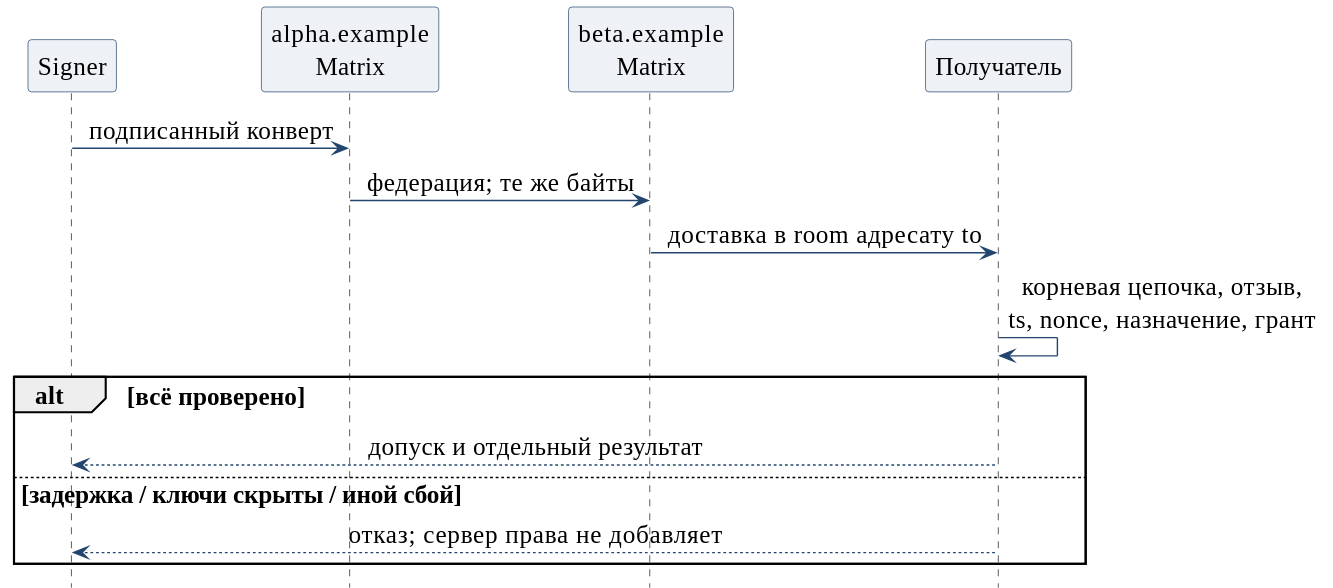
relux-works/swarma-docs keeps this PlantUML diagram as editorial/notes/signing-auth/diagrams/federated-command.svg. Above is the earlier version. Its source is kept beside it as editorial/notes/signing-auth/src/federated-command.puml. Source of this version:
```plantuml
@startuml
skinparam defaultFontName PT Sans
skinparam defaultFontSize 18
skinparam sequenceMessageAlign center
skinparam shadowing false
skinparam ParticipantBackgroundColor #eef1f5
skinparam ParticipantBorderColor #23466e
skinparam ArrowColor #23466e
hide footbox
participant "Signer" as signer
participant "alpha.example\nMatrix" as alpha
participant "beta.example\nMatrix" as beta
participant "Получатель" as verifier
signer -> alpha : подписанный конверт
alpha -> beta : федерация; те же байты
beta -> verifier : доставка в room адресату to
verifier -> verifier : корневая цепочка, отзыв,\nts, nonce, назначение, грант
alt всё проверено
verifier --> signer : допуск и отдельный результат
else задержка / ключи скрыты / иной сбой
verifier --> signer : отказ; сервер права не добавляет
end
@enduml
```
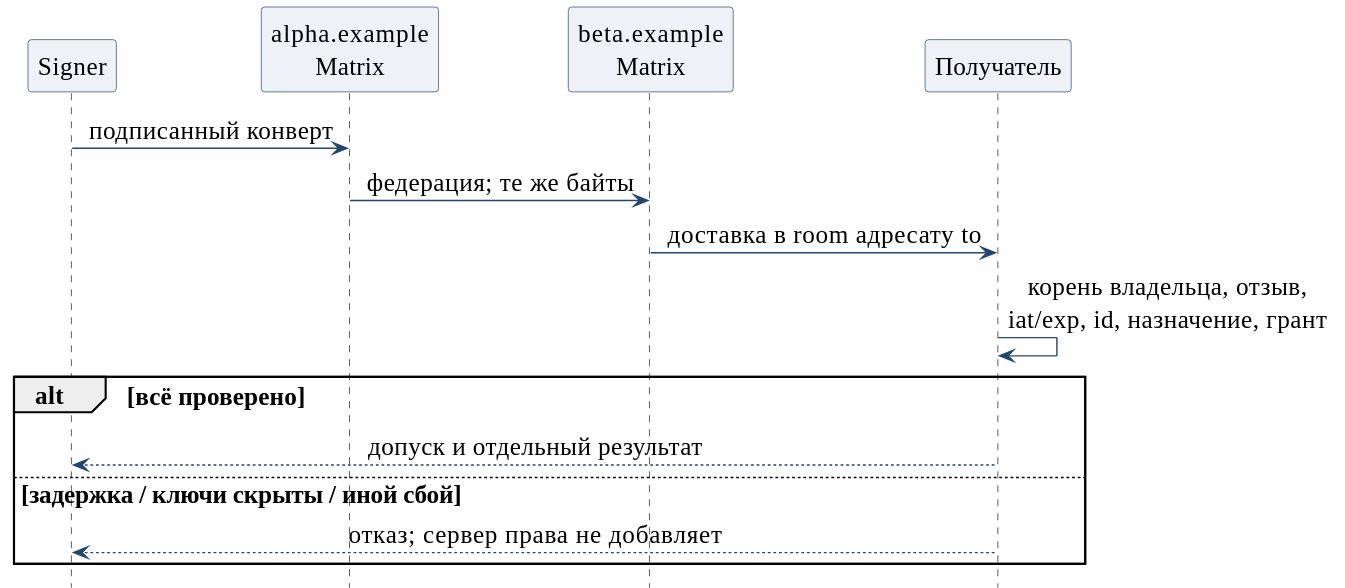
The same file after the commit.

Diff of the diagram source:
```diff
@@ -14,7 +14,7 @@
 signer -> alpha : подписанный конверт
 alpha -> beta : федерация; те же байты
 beta -> verifier : доставка в room адресату to
-verifier -> verifier : корневая цепочка, отзыв,\nts, nonce, назначение, грант
+verifier -> verifier : корень владельца, отзыв,\niat/exp, id, назначение, грант
 alt всё проверено
 verifier --> signer : допуск и отдельный результат
 else задержка / ключи скрыты / иной сбой
```
